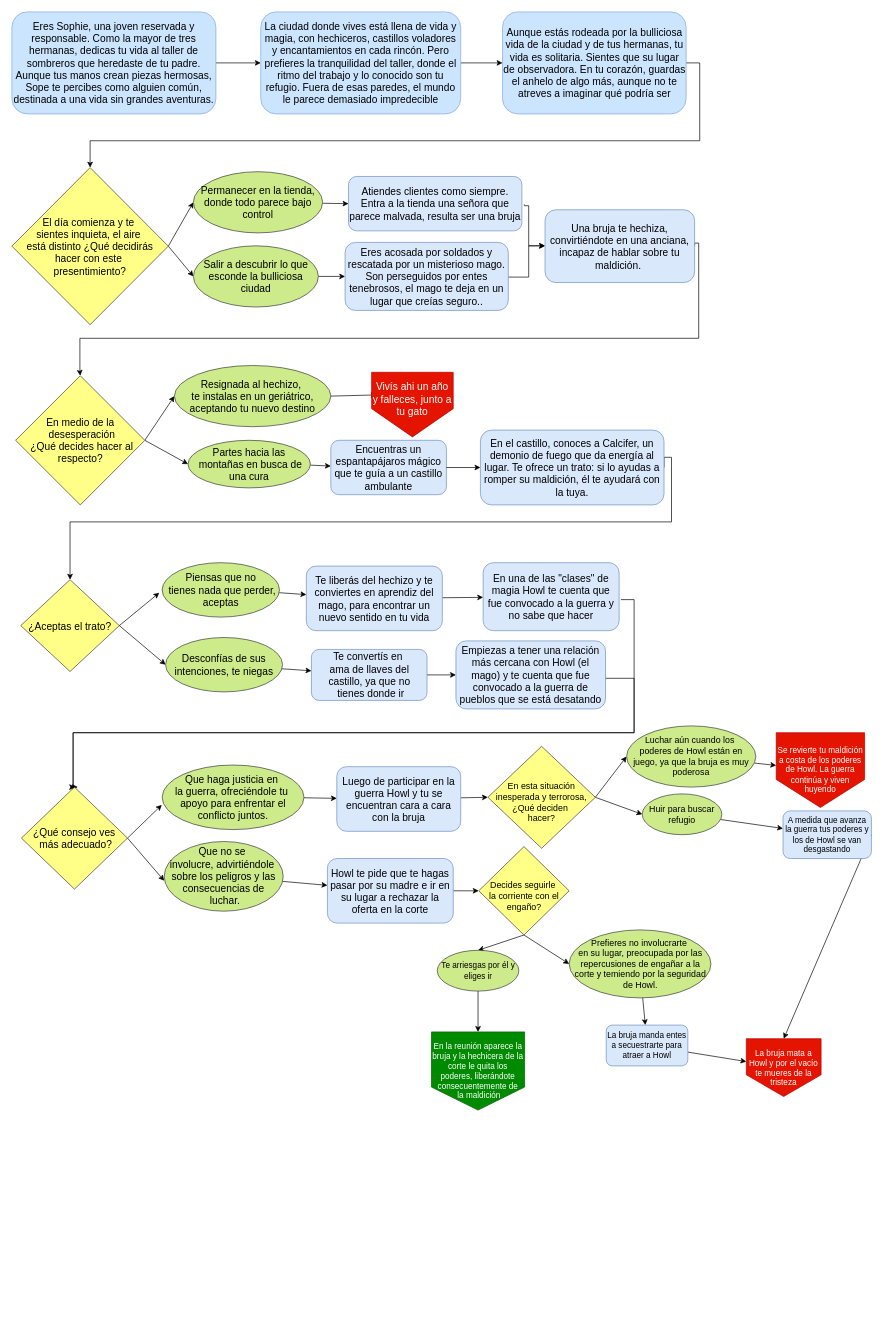
Earlier version of the draw.io diagram Untitled Diagram.drawio (delfinapinto/pmiw). Source tidied: cells renumbered, new cells numbered last; positions are measured from the earlier drawing's top-left corner, leaving out a move shared by most shapes. Both pictures are drawn from the tidied source at 68%, with x=0, y=0 at pixel (12, 12).
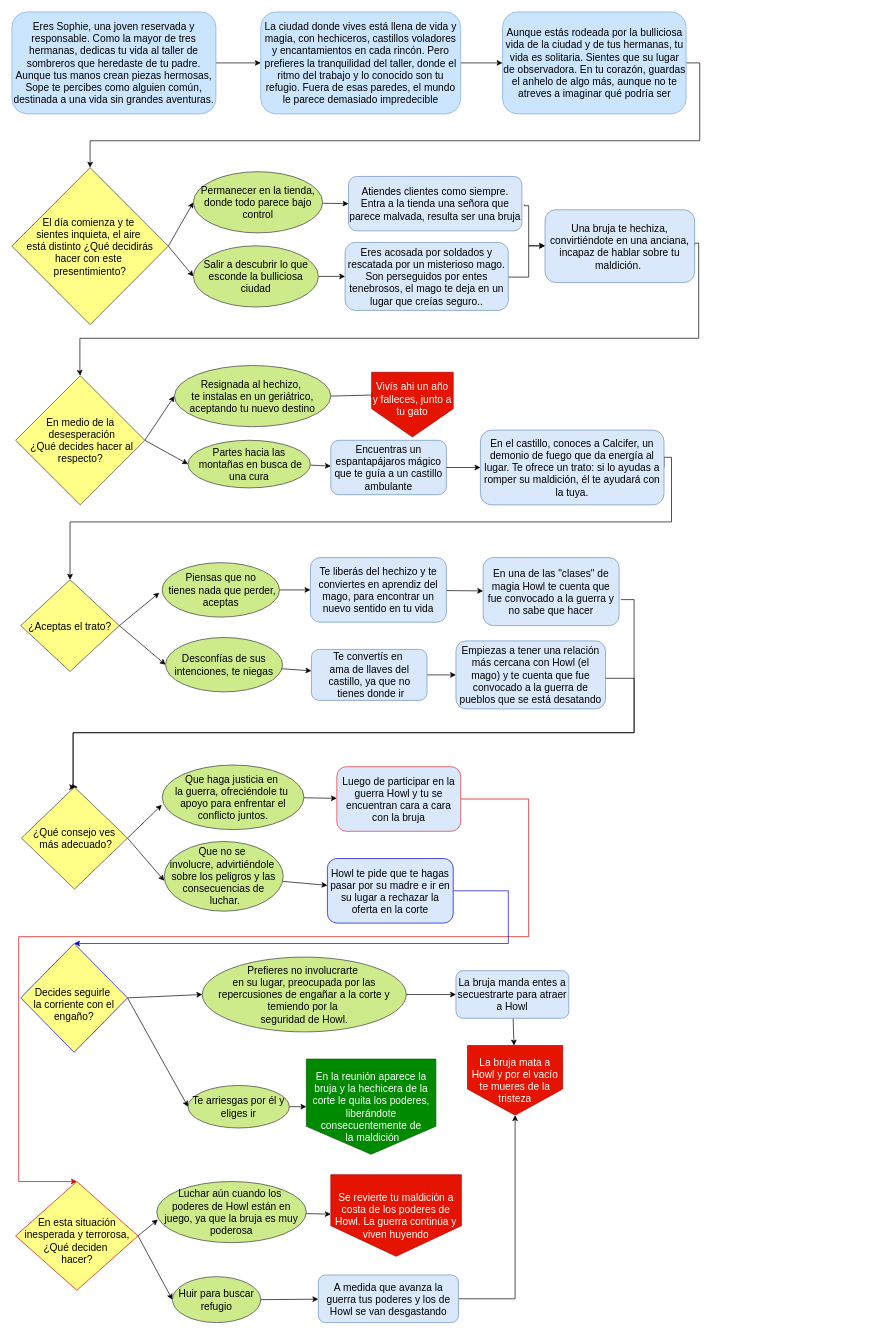
After the change.

The edit, as a diff of the source:
```diff
@@
     <mxCell id="37" value="&lt;font style=&quot;font-size: 15px;&quot;&gt;Te liberás del hechizo y te conviertes en aprendiz del mago, para encontrar un nuevo sentido en tu vida&lt;/font&gt;" style="rounded=1;whiteSpace=wrap;html=1;fillColor=#dae8fc;strokeColor=#6c8ebf;" parent="1" vertex="1">
-      <mxGeometry x="433" y="815" width="200" height="95" as="geometry" />
+      <mxGeometry x="439" y="802.5" width="200" height="95" as="geometry" />
     </mxCell>
@@
-    <mxCell id="47" style="edgeStyle=none;rounded=0;jettySize=auto;html=1;entryX=0;entryY=0.5;entryDx=0;entryDy=0;" parent="1" edge="1" source="48" target="53">
-      <mxGeometry relative="1" as="geometry" />
+    <mxCell id="47" style="edgeStyle=orthogonalEdgeStyle;rounded=0;jettySize=auto;html=1;entryX=0.5;entryY=0;entryDx=0;entryDy=0;exitX=1;exitY=0.5;exitDx=0;exitDy=0;strokeColor=#CC0000;" parent="1" edge="1" source="48" target="53">
+      <mxGeometry relative="1" as="geometry">
+        <Array as="points">
+          <mxPoint x="760" y="1158" />
+          <mxPoint x="760" y="1360" />
+          <mxPoint x="10" y="1360" />
+          <mxPoint x="10" y="1720" />
+        </Array>
+      </mxGeometry>
     </mxCell>
-    <mxCell id="48" value="&lt;font style=&quot;font-size: 15px;&quot;&gt;Luego de participar en la guerra&amp;nbsp;Howl y tu se encuentran cara a cara con la bruja&lt;/font&gt;" style="rounded=1;whiteSpace=wrap;html=1;fillColor=#dae8fc;strokeColor=#6c8ebf;" parent="1" vertex="1">
+    <mxCell id="48" value="&lt;font style=&quot;font-size: 15px;&quot;&gt;Luego de participar en la guerra&amp;nbsp;Howl y tu se encuentran cara a cara con la bruja&lt;/font&gt;" style="rounded=1;whiteSpace=wrap;html=1;fillColor=#dae8fc;strokeColor=#ed2c2c;" parent="1" vertex="1">
       <mxGeometry x="477.8" y="1110" width="182.2" height="95" as="geometry" />
     </mxCell>
-    <mxCell id="49" style="edgeStyle=none;rounded=0;jettySize=auto;html=1;entryX=0;entryY=0.5;entryDx=0;entryDy=0;" parent="1" edge="1" source="50" target="60">
-      <mxGeometry relative="1" as="geometry" />
+    <mxCell id="49" style="edgeStyle=orthogonalEdgeStyle;rounded=0;jettySize=auto;html=1;entryX=0.5;entryY=0;entryDx=0;entryDy=0;exitX=1;exitY=0.5;exitDx=0;exitDy=0;strokeColor=#0000CC;" parent="1" edge="1" source="50" target="60">
+      <mxGeometry relative="1" as="geometry">
+        <Array as="points">
+          <mxPoint x="730" y="1293" />
+          <mxPoint x="730" y="1370" />
+        </Array>
+      </mxGeometry>
     </mxCell>
-    <mxCell id="50" value="&lt;font style=&quot;font-size: 15px;&quot;&gt;Howl te pide que te hagas pasar por su madre e ir en su lugar a rechazar la oferta en la corte&lt;/font&gt;" style="rounded=1;whiteSpace=wrap;html=1;fillColor=#dae8fc;strokeColor=#6c8ebf;" parent="1" vertex="1">
+    <mxCell id="50" value="&lt;font style=&quot;font-size: 15px;&quot;&gt;Howl te pide que te hagas pasar por su madre e ir en su lugar a rechazar la oferta en la corte&lt;/font&gt;" style="rounded=1;whiteSpace=wrap;html=1;fillColor=#dae8fc;strokeColor=#0000CC;" parent="1" vertex="1">
       <mxGeometry x="464" y="1245" width="185" height="95" as="geometry" />
     </mxCell>
-    <mxCell id="51" style="edgeStyle=none;rounded=0;jettySize=auto;html=1;exitX=1;exitY=0.5;exitDx=0;exitDy=0;entryX=0;entryY=0.5;entryDx=0;entryDy=0;fillColor=#e3c800;strokeColor=#000000;" parent="1" edge="1" source="53" target="55">
+    <mxCell id="51" style="edgeStyle=none;rounded=0;jettySize=auto;html=1;exitX=1;exitY=0.5;exitDx=0;exitDy=0;entryX=0.007;entryY=0.623;entryDx=0;entryDy=0;fillColor=#e3c800;strokeColor=#000000;entryPerimeter=0;" parent="1" edge="1" source="53" target="55">
       <mxGeometry relative="1" as="geometry" />
     </mxCell>
@@
-    <mxCell id="53" value="&lt;div style=&quot;font-size: 13px;&quot;&gt;&lt;font style=&quot;font-size: 13px;&quot;&gt;&lt;br&gt;&lt;/font&gt;&lt;/div&gt;&lt;font style=&quot;font-size: 13px;&quot;&gt;En esta situación inesperada y terrorosa, ¿Qué deciden&amp;nbsp;&lt;/font&gt;&lt;div style=&quot;font-size: 13px;&quot;&gt;&lt;font style=&quot;font-size: 13px;&quot;&gt;hacer?&lt;/font&gt;&lt;/div&gt;" style="rhombus;whiteSpace=wrap;html=1;fillColor=#ffff88;strokeColor=#36393d;" parent="1" vertex="1">
-      <mxGeometry x="700" y="1080" width="158" height="150" as="geometry" />
+    <mxCell id="53" value="&lt;div style=&quot;font-size: 13px;&quot;&gt;&lt;font style=&quot;font-size: 13px;&quot;&gt;&lt;br&gt;&lt;/font&gt;&lt;/div&gt;&lt;font style=&quot;font-size: 15px;&quot;&gt;En esta situación inesperada y terrorosa, ¿Qué deciden&amp;nbsp;&lt;/font&gt;&lt;div style=&quot;font-size: 15px;&quot;&gt;&lt;font style=&quot;font-size: 15px;&quot;&gt;hacer?&lt;/font&gt;&lt;/div&gt;" style="rhombus;whiteSpace=wrap;html=1;fillColor=#ffff88;strokeColor=#CC0000;" parent="1" vertex="1">
+      <mxGeometry x="5.5" y="1720" width="180" height="160" as="geometry" />
     </mxCell>
@@
-    <mxCell id="55" value="&lt;font style=&quot;font-size: 13px;&quot;&gt;Luchar aún cuando los&amp;nbsp;&lt;/font&gt;&lt;div&gt;&lt;font style=&quot;font-size: 13px;&quot;&gt;poderes de Howl están en juego, ya que la bruja es muy poderosa&lt;/font&gt;&lt;/div&gt;" style="ellipse;whiteSpace=wrap;html=1;fillColor=#cdeb8b;strokeColor=#36393d;" parent="1" vertex="1">
-      <mxGeometry x="904" y="1050" width="190" height="90" as="geometry" />
+    <mxCell id="55" value="&lt;font style=&quot;font-size: 15px;&quot;&gt;Luchar aún cuando los&amp;nbsp;&lt;/font&gt;&lt;div style=&quot;font-size: 15px;&quot;&gt;&lt;font style=&quot;font-size: 15px;&quot;&gt;poderes de Howl están en juego, ya que la bruja es muy poderosa&lt;/font&gt;&lt;/div&gt;" style="ellipse;whiteSpace=wrap;html=1;fillColor=#cdeb8b;strokeColor=#36393d;" parent="1" vertex="1">
+      <mxGeometry x="213" y="1720" width="220" height="90" as="geometry" />
     </mxCell>
@@
-    <mxCell id="57" value="&lt;font style=&quot;font-size: 13px;&quot;&gt;Huir para buscar refugio&lt;/font&gt;" style="ellipse;whiteSpace=wrap;html=1;fillColor=#cdeb8b;strokeColor=#36393d;" parent="1" vertex="1">
-      <mxGeometry x="927" y="1150" width="117" height="60" as="geometry" />
+    <mxCell id="57" value="&lt;font style=&quot;font-size: 15px;&quot;&gt;Huir para buscar refugio&lt;/font&gt;" style="ellipse;whiteSpace=wrap;html=1;fillColor=#cdeb8b;strokeColor=#36393d;" parent="1" vertex="1">
+      <mxGeometry x="236" y="1860" width="130" height="67.5" as="geometry" />
     </mxCell>
-    <mxCell id="58" style="edgeStyle=none;rounded=0;jettySize=auto;html=1;exitX=0.5;exitY=1;exitDx=0;exitDy=0;fillColor=#e3c800;strokeColor=#000000;entryX=0.5;entryY=0;entryDx=0;entryDy=0;" parent="1" edge="1" source="60" target="62">
+    <mxCell id="58" style="edgeStyle=none;rounded=0;jettySize=auto;html=1;exitX=1;exitY=0.5;exitDx=0;exitDy=0;fillColor=#e3c800;strokeColor=#000000;entryX=0;entryY=0.5;entryDx=0;entryDy=0;" parent="1" edge="1" source="60" target="62">
       <mxGeometry relative="1" as="geometry" />
     </mxCell>
-    <mxCell id="59" style="edgeStyle=none;rounded=0;jettySize=auto;html=1;entryX=0;entryY=0.5;entryDx=0;entryDy=0;exitX=0.5;exitY=1;exitDx=0;exitDy=0;fillColor=#e3c800;strokeColor=#000000;" parent="1" edge="1" source="60" target="64">
+    <mxCell id="59" style="edgeStyle=none;rounded=0;jettySize=auto;html=1;entryX=0;entryY=0.5;entryDx=0;entryDy=0;exitX=1;exitY=0.5;exitDx=0;exitDy=0;fillColor=#e3c800;strokeColor=#000000;" parent="1" edge="1" source="60" target="64">
       <mxGeometry relative="1" as="geometry" />
     </mxCell>
-    <mxCell id="60" value="&lt;div&gt;&lt;br&gt;&lt;/div&gt;&lt;font style=&quot;font-size: 13px;&quot;&gt;Decides seguirle&amp;nbsp;&lt;/font&gt;&lt;div style=&quot;font-size: 13px;&quot;&gt;&lt;font style=&quot;font-size: 13px;&quot;&gt;la corriente con el engaño?&lt;/font&gt;&lt;/div&gt;" style="rhombus;whiteSpace=wrap;html=1;fillColor=#ffff88;strokeColor=#36393d;" parent="1" vertex="1">
-      <mxGeometry x="686.5" y="1227.5" width="133" height="130" as="geometry" />
+    <mxCell id="60" value="&lt;div style=&quot;font-size: 15px;&quot;&gt;&lt;font style=&quot;font-size: 15px;&quot;&gt;&lt;br&gt;&lt;/font&gt;&lt;/div&gt;&lt;font style=&quot;font-size: 15px;&quot;&gt;Decides seguirle&amp;nbsp;&lt;/font&gt;&lt;div style=&quot;font-size: 15px;&quot;&gt;&lt;font style=&quot;font-size: 15px;&quot;&gt;la corriente con el engaño?&lt;/font&gt;&lt;/div&gt;" style="rhombus;whiteSpace=wrap;html=1;fillColor=#ffff88;strokeColor=#0000CC;" parent="1" vertex="1">
+      <mxGeometry x="13" y="1370" width="157" height="160" as="geometry" />
     </mxCell>
-    <mxCell id="61" style="edgeStyle=none;rounded=0;jettySize=auto;html=1;entryX=0.5;entryY=0;entryDx=0;entryDy=0;" parent="1" edge="1" source="62" target="72">
+    <mxCell id="61" style="edgeStyle=none;rounded=0;jettySize=auto;html=1;entryX=0;entryY=0.5;entryDx=0;entryDy=0;exitX=1;exitY=0.5;exitDx=0;exitDy=0;" parent="1" edge="1" source="62" target="72">
       <mxGeometry relative="1" as="geometry" />
     </mxCell>
-    <mxCell id="62" value="Te arriesgas por él y eliges ir" style="ellipse;whiteSpace=wrap;html=1;fillColor=#cdeb8b;strokeColor=#36393d;" parent="1" vertex="1">
-      <mxGeometry x="625.5" y="1380" width="120" height="60" as="geometry" />
+    <mxCell id="62" value="&lt;font style=&quot;font-size: 15px;&quot;&gt;Te arriesgas por él y eliges ir&lt;/font&gt;" style="ellipse;whiteSpace=wrap;html=1;fillColor=#cdeb8b;strokeColor=#36393d;" parent="1" vertex="1">
+      <mxGeometry x="259" y="1578.8" width="149" height="62.5" as="geometry" />
     </mxCell>
@@
-    <mxCell id="64" value="&lt;font style=&quot;font-size: 13px;&quot;&gt;Prefieres no involucrarte&amp;nbsp;&lt;/font&gt;&lt;div style=&quot;font-size: 13px;&quot;&gt;&lt;font style=&quot;font-size: 13px;&quot;&gt;en su lugar, preocupada por las repercusiones de engañar a la corte y temiendo por la seguridad de Howl.&lt;/font&gt;&lt;/div&gt;" style="ellipse;whiteSpace=wrap;html=1;fillColor=#cdeb8b;strokeColor=#36393d;" parent="1" vertex="1">
-      <mxGeometry x="819.5" y="1350" width="208.5" height="100" as="geometry" />
+    <mxCell id="64" value="&lt;font style=&quot;font-size: 15px;&quot;&gt;Prefieres no&amp;nbsp;&lt;/font&gt;&lt;span style=&quot;font-size: 15px; background-color: initial;&quot;&gt;involucrarte&amp;nbsp;&lt;/span&gt;&lt;div&gt;&lt;div style=&quot;font-size: 15px;&quot;&gt;&lt;font style=&quot;font-size: 15px;&quot;&gt;en su lugar, preocupada por las repercusiones de engañar a la corte y temiendo por la&amp;nbsp;&lt;/font&gt;&lt;/div&gt;&lt;div style=&quot;font-size: 15px;&quot;&gt;&lt;font style=&quot;font-size: 15px;&quot;&gt;seguridad de Howl&lt;/font&gt;&lt;font style=&quot;font-size: 13px;&quot;&gt;.&lt;/font&gt;&lt;/div&gt;&lt;/div&gt;" style="ellipse;whiteSpace=wrap;html=1;fillColor=#cdeb8b;strokeColor=#36393d;" parent="1" vertex="1">
+      <mxGeometry x="280" y="1390" width="300" height="110" as="geometry" />
     </mxCell>
-    <mxCell id="65" value="&lt;div&gt;Se revierte tu maldición a costa de los poderes de Howl. La guerra continúa y viven huyendo&lt;br&gt;&lt;/div&gt;" style="shape=offPageConnector;whiteSpace=wrap;html=1;fillColor=#e51400;fontColor=#ffffff;strokeColor=#B20000;" parent="1" vertex="1">
-      <mxGeometry x="1124" y="1060" width="130" height="110" as="geometry" />
+    <mxCell id="65" value="&lt;div&gt;&lt;font style=&quot;font-size: 15px;&quot;&gt;Se revierte tu maldición a costa de los poderes de Howl. La guerra continúa y viven huyendo&lt;/font&gt;&lt;br&gt;&lt;/div&gt;" style="shape=offPageConnector;whiteSpace=wrap;html=1;fillColor=#e51400;fontColor=#ffffff;strokeColor=#B20000;" parent="1" vertex="1">
+      <mxGeometry x="469" y="1710" width="192" height="120" as="geometry" />
     </mxCell>
-    <mxCell id="66" style="edgeStyle=none;rounded=0;jettySize=auto;html=1;entryX=0.5;entryY=0;entryDx=0;entryDy=0;exitX=1;exitY=0.5;exitDx=0;exitDy=0;" parent="1" edge="1" source="67" target="71">
+    <mxCell id="66" style="edgeStyle=orthogonalEdgeStyle;rounded=0;jettySize=auto;html=1;entryX=0.5;entryY=1;entryDx=0;entryDy=0;exitX=1;exitY=0.5;exitDx=0;exitDy=0;" parent="1" edge="1" source="67" target="71">
       <mxGeometry relative="1" as="geometry" />
     </mxCell>
-    <mxCell id="67" value="A medida que avanza la guerra tus poderes y los de Howl se van desgastando" style="rounded=1;whiteSpace=wrap;html=1;fillColor=#dae8fc;strokeColor=#6c8ebf;" parent="1" vertex="1">
-      <mxGeometry x="1134" y="1175" width="130" height="70" as="geometry" />
+    <mxCell id="67" value="&lt;font style=&quot;font-size: 15px;&quot;&gt;A medida que avanza la guerra tus poderes y los de Howl se van desgastando&lt;/font&gt;" style="rounded=1;whiteSpace=wrap;html=1;fillColor=#dae8fc;strokeColor=#6c8ebf;" parent="1" vertex="1">
+      <mxGeometry x="450.6" y="1857.5" width="206.1" height="70" as="geometry" />
     </mxCell>
@@
-    <mxCell id="70" value="La bruja manda entes a secuestrarte para atraer a Howl" style="rounded=1;whiteSpace=wrap;html=1;fillColor=#dae8fc;strokeColor=#6c8ebf;" parent="1" vertex="1">
-      <mxGeometry x="874" y="1490" width="120" height="60" as="geometry" />
+    <mxCell id="70" value="&lt;font style=&quot;font-size: 15px;&quot;&gt;La bruja manda entes a secuestrarte para atraer a Howl&lt;/font&gt;" style="rounded=1;whiteSpace=wrap;html=1;fillColor=#dae8fc;strokeColor=#6c8ebf;" parent="1" vertex="1">
+      <mxGeometry x="653" y="1410" width="166" height="70" as="geometry" />
     </mxCell>
-    <mxCell id="71" value="&lt;div&gt;La bruja mata a Howl y por el vacío te mueres de la tristeza&lt;br&gt;&lt;/div&gt;" style="shape=offPageConnector;whiteSpace=wrap;html=1;fillColor=#e51400;fontColor=#ffffff;strokeColor=#B20000;" parent="1" vertex="1">
-      <mxGeometry x="1080" y="1510" width="110" height="85" as="geometry" />
+    <mxCell id="71" value="&lt;div&gt;&lt;font style=&quot;font-size: 15px;&quot;&gt;La bruja mata a Howl y por el vacío te mueres de la tristeza&lt;/font&gt;&lt;br&gt;&lt;/div&gt;" style="shape=offPageConnector;whiteSpace=wrap;html=1;fillColor=#e51400;fontColor=#ffffff;strokeColor=#B20000;" parent="1" vertex="1">
+      <mxGeometry x="670" y="1520" width="140" height="102.5" as="geometry" />
     </mxCell>
-    <mxCell id="72" value="En la reunión aparece la bruja y la hechicera de la corte le quita los poderes, liberándote consecuentemente de&lt;div&gt;&amp;nbsp;la maldición&lt;/div&gt;" style="shape=offPageConnector;whiteSpace=wrap;html=1;fillColor=#008a00;fontColor=#ffffff;strokeColor=#005700;size=0.29411764705882354;" parent="1" vertex="1">
-      <mxGeometry x="617" y="1500" width="137" height="115" as="geometry" />
+    <mxCell id="72" value="&lt;font style=&quot;font-size: 15px;&quot;&gt;En la reunión aparece la bruja y la hechicera de la corte le quita los poderes, liberándote consecuentemente de&lt;/font&gt;&lt;div style=&quot;font-size: 15px;&quot;&gt;&lt;font style=&quot;font-size: 15px;&quot;&gt;&amp;nbsp;la maldición&lt;/font&gt;&lt;/div&gt;" style="shape=offPageConnector;whiteSpace=wrap;html=1;fillColor=#008a00;fontColor=#ffffff;strokeColor=#005700;size=0.29411764705882354;" parent="1" vertex="1">
+      <mxGeometry x="433" y="1540" width="190.5" height="140" as="geometry" />
     </mxCell>
@@
     <mxCell id="80" value="&lt;font style=&quot;font-size: 15px;&quot;&gt;En una de las &quot;clases&quot; de magia Howl te cuenta que fue convocado a la guerra y no&amp;nbsp;&lt;/font&gt;&lt;span style=&quot;font-size: 15px; background-color: initial;&quot;&gt;sabe que hacer&lt;/span&gt;" style="rounded=1;whiteSpace=wrap;html=1;fillColor=#dae8fc;strokeColor=#6c8ebf;" parent="1" vertex="1">
-      <mxGeometry x="693" y="810" width="200" height="100" as="geometry" />
+      <mxGeometry x="693" y="802.5" width="200" height="100" as="geometry" />
     </mxCell>
```
